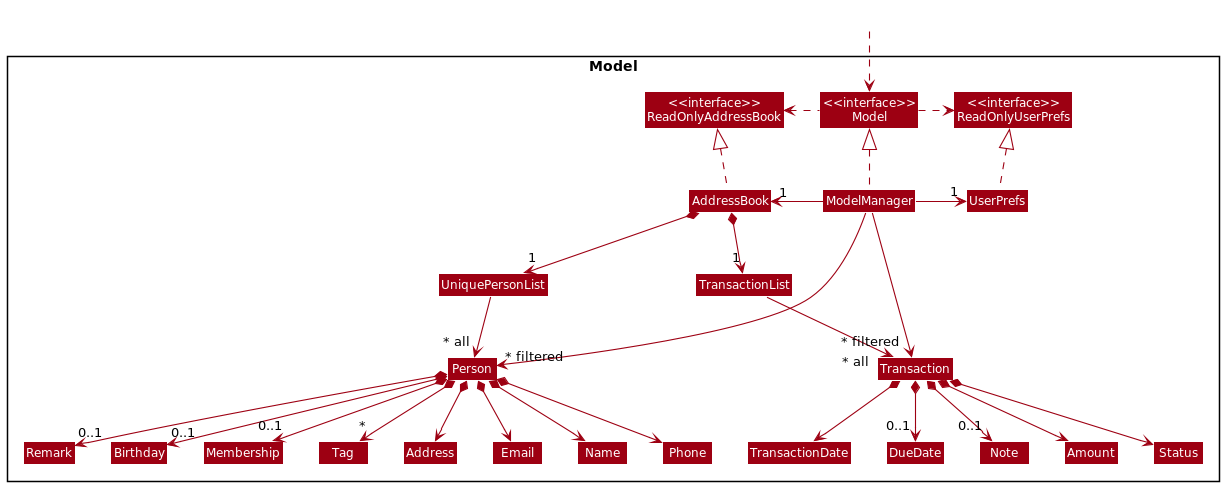
This is docs/images/ModelClassDiagram.png from nus-cs2103-AY2122S2/tp, a PlantUML export, as it was before one commit.
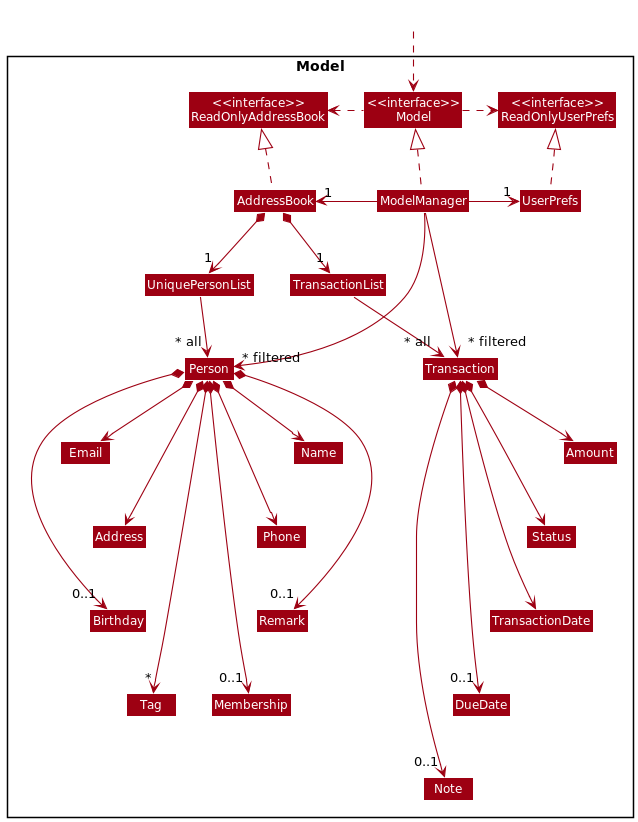
Above is the later version.

What changed in the source:
```diff
@@ -13,17 +13,19 @@
 Class UserPrefs
 
 Class UniquePersonList
+
 Class Person
+Class Name
+Class Email
+Class Phone
 Class Address
-Class Email
-Class Name
-Class Phone
 Class Remark
 Class Birthday
 Class Membership
 Class Tag
 
 Class TransactionList
+
 Class Transaction
 Class Amount
 Class Status
@@ -36,17 +38,21 @@
 Class HiddenOutside #FFFFFF
 HiddenOutside ..> Model
 
-AddressBook .up.|> ReadOnlyAddressBook
+Model .right.> ReadOnlyUserPrefs
+Model .left.> ReadOnlyAddressBook
 
 ModelManager .up.|> Model
-Model .right.> ReadOnlyUserPrefs
-Model .left.> ReadOnlyAddressBook
 ModelManager -left-> "1" AddressBook
 ModelManager -right-> "1" UserPrefs
+
 UserPrefs .up.|> ReadOnlyUserPrefs
 
+AddressBook .up.|> ReadOnlyAddressBook
 AddressBook *--> "1" UniquePersonList
+AddressBook *--> "1" TransactionList
+
 UniquePersonList --> "~* all" Person
+
 Person *--> Name
 Person *--> Phone
 Person *--> Email
@@ -56,17 +62,30 @@
 Person *--> "0..1" Membership
 Person *--> "*" Tag
 
-AddressBook *--> "1" TransactionList
+Name -[hidden]right-> Email
+Phone -[hidden]up-> Name
+Phone -[hidden]right-> Address
+Address -[hidden]up-> Email
+Remark -[hidden]up-> Phone
+Remark -[hidden]right-> Birthday
+Birthday -[hidden]up-> Address
+Membership -[hidden]up-> Remark
+Membership -[hidden]right-> Tag
+Tag -[hidden]up-> Birthday
+
 TransactionList --> "~* all" Transaction
+
 Transaction *--> Amount
 Transaction *--> Status
 Transaction *--> TransactionDate
 Transaction *--> "0..1" DueDate
 Transaction *--> "0..1" Note
 
-Name -[hidden]right-> Phone
-Phone -[hidden]right-> Address
-Address -[hidden]right-> Email
+Amount -[hidden]down-> Status
+Status -[hidden]down-> TransactionDate
+TransactionDate -[hidden]down-> DueDate
+DueDate -[hidden]down-> Note
+
 
 ModelManager -->"~* filtered" Person
 ModelManager -->"~* filtered" Transaction
```
